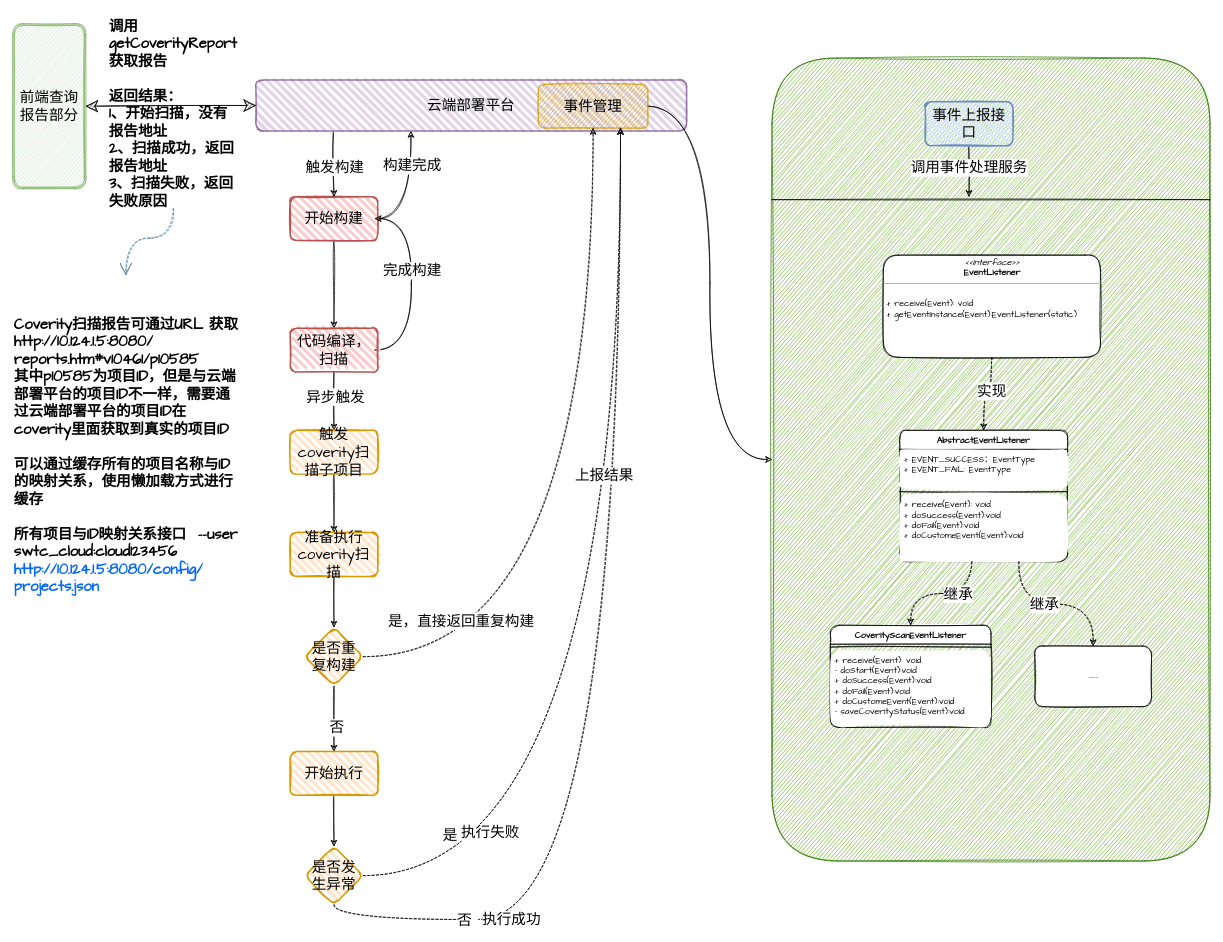
Earlier version of the draw.io diagram 展示corvity报告.drawio (jenkinZhou/online-face). Source tidied: cells renumbered, new cells numbered last; positions are measured from the earlier drawing's top-left corner, leaving out a move shared by most shapes. Both pictures are drawn from the tidied source at 73%, with x=0, y=0 at pixel (12, 12).
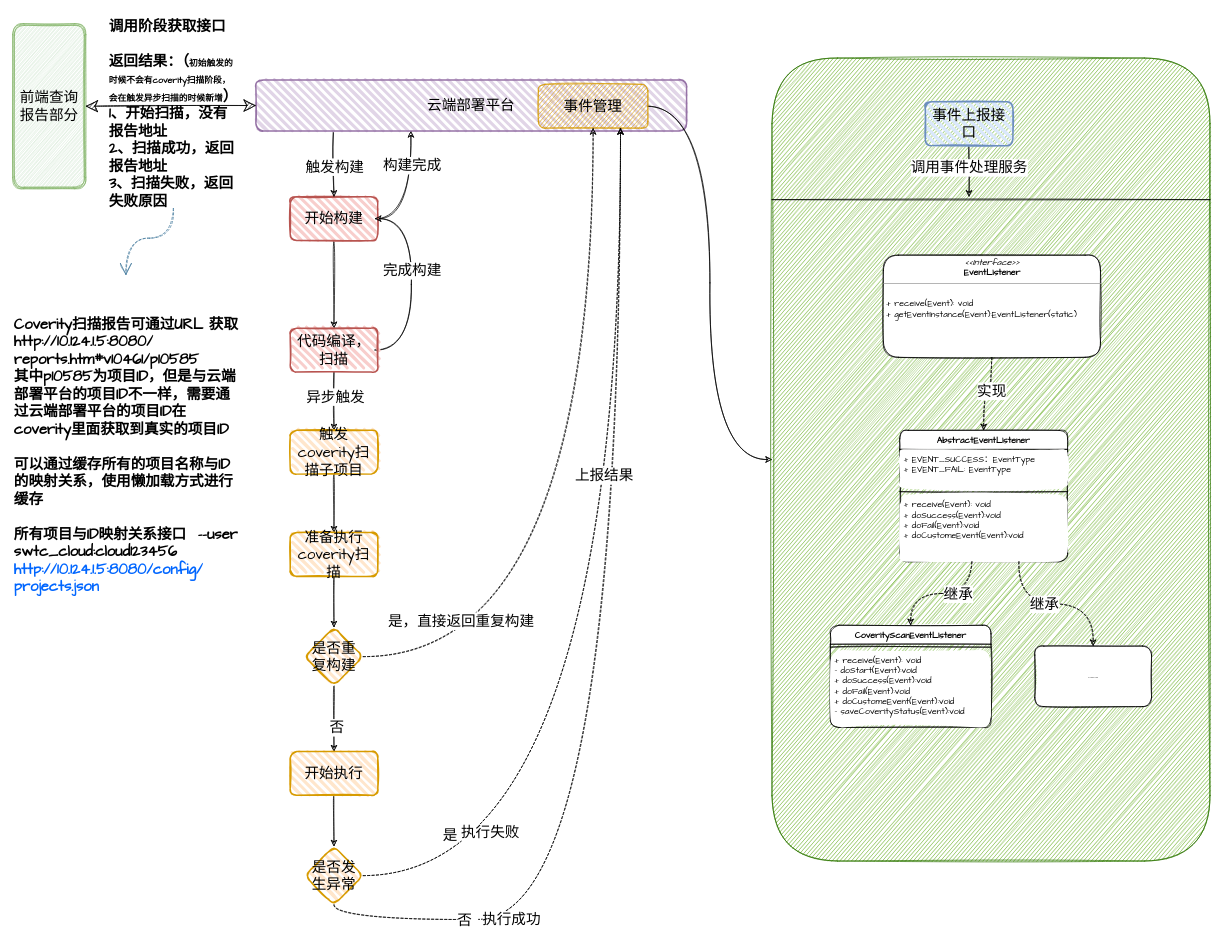
The same diagram, later.

Commit message:
更新展示corvity报告.drawio

The edit, as a diff of the source:
```diff
@@
-    <mxCell id="59" value="&lt;font style=&quot;font-size: 20px;&quot;&gt;调用getCoverityReport获取报告&lt;br style=&quot;font-size: 20px;&quot;&gt;&lt;br style=&quot;font-size: 20px;&quot;&gt;返回结果：&lt;br style=&quot;font-size: 20px;&quot;&gt;1、开始扫描，没有报告地址&lt;br style=&quot;font-size: 20px;&quot;&gt;2、扫描成功，返回报告地址&lt;br style=&quot;font-size: 20px;&quot;&gt;3、扫描失败，返回失败原因&lt;/font&gt;" style="text;html=1;strokeColor=none;fillColor=none;align=left;verticalAlign=top;whiteSpace=wrap;rounded=0;sketch=1;hachureGap=4;fontFamily=Architects Daughter;fontSize=20;fontStyle=1;" parent="1" vertex="1">
+    <mxCell id="59" value="调用阶段获取接口&lt;br&gt;&lt;br&gt;返回结果：（&lt;font style=&quot;font-size: 12px;&quot;&gt;初始触发的时候不会有coverity扫描阶段，会在触发异步扫描的时候新增&lt;/font&gt;）&lt;br&gt;1、开始扫描，没有报告地址&lt;br&gt;2、扫描成功，返回报告地址&lt;br&gt;3、扫描失败，返回失败原因" style="text;html=1;strokeColor=none;fillColor=none;align=left;verticalAlign=top;whiteSpace=wrap;rounded=0;sketch=1;hachureGap=4;fontFamily=Architects Daughter;fontSize=20;fontStyle=1;" parent="1" vertex="1">
       <mxGeometry x="130" width="180" height="260" as="geometry" />
     </mxCell>
```
